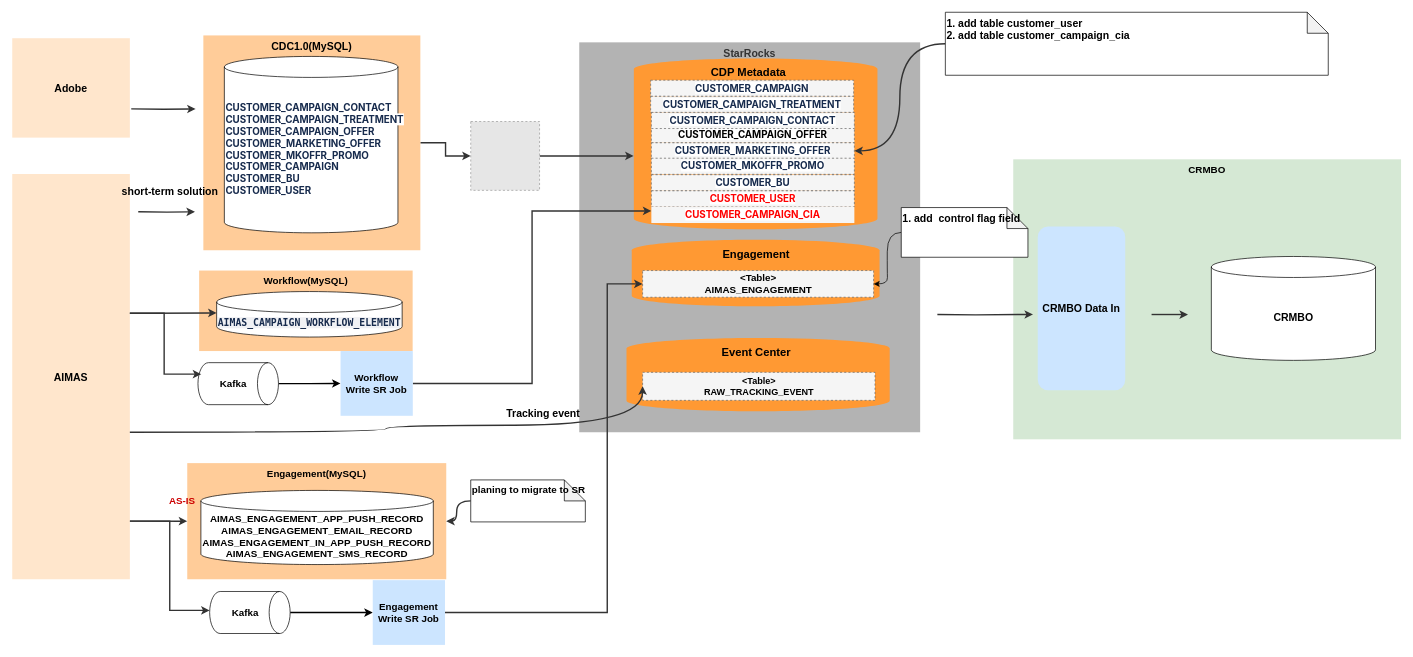
This is techlab/EDP/CRBO data integration strategy V2.drawio from qiufang1314/drawio, a draw.io file, before an edit. Source tidied: cells renumbered, new cells numbered last; positions are measured from the earlier drawing's top-left corner, leaving out a move shared by most shapes. Both pictures are drawn from the tidied source at 70%, with x=0, y=0 at pixel (12, 12). Pictures stored in the file or linked from it are replaced by grey dashed boxes.
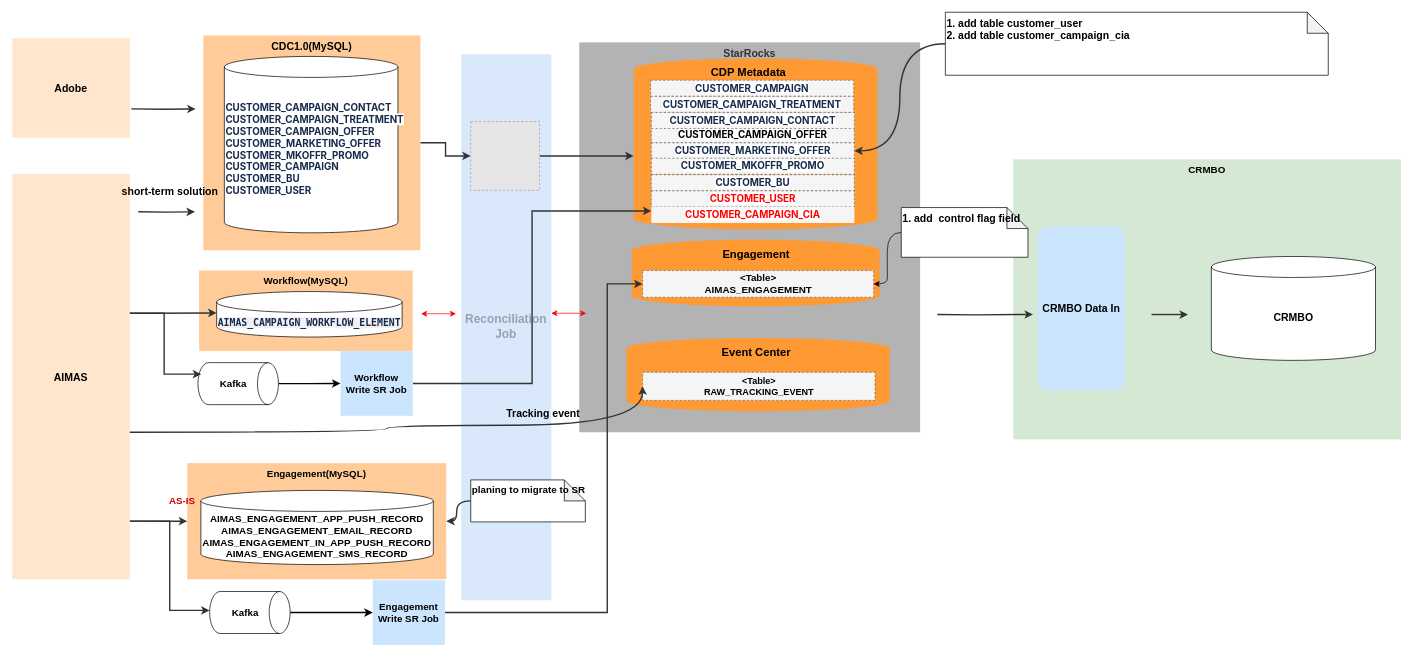
Above is the later version.

What changed in the source:
```diff
@@
+    <mxCell id="63" value="Reconciliation Job" style="rounded=0;whiteSpace=wrap;html=1;fillColor=#dae8fc;strokeColor=none;fontStyle=1;fontSize=17;textOpacity=30;" parent="1" vertex="1">
+      <mxGeometry x="641.4" y="60" width="128.6" height="780" as="geometry" />
+    </mxCell>
@@
+    <mxCell id="64" style="endArrow=classic;startArrow=classic;html=1;rounded=0;fontColor=#FF0000;strokeColor=#FF0000;" parent="1" edge="1">
+      <mxGeometry relative="1" as="geometry">
+        <mxPoint x="584" y="430.7" as="sourcePoint" />
+        <mxPoint x="634" y="430.7" as="targetPoint" />
+      </mxGeometry>
+    </mxCell>
+    <mxCell id="65" style="endArrow=classic;startArrow=classic;html=1;rounded=0;fontColor=#FF0000;strokeColor=#FF0000;" parent="1" edge="1">
+      <mxGeometry relative="1" as="geometry">
+        <mxPoint x="770" y="430" as="sourcePoint" />
+        <mxPoint x="820" y="430" as="targetPoint" />
+      </mxGeometry>
+    </mxCell>
```
